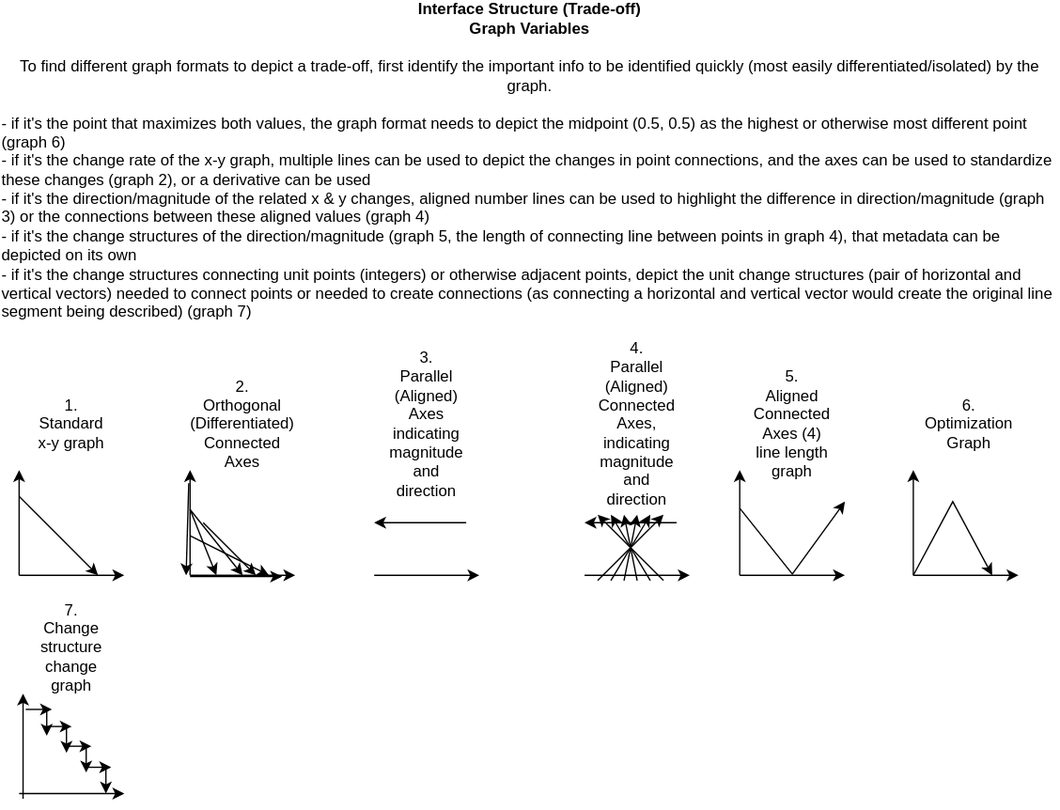
Earlier version of the draw.io export docs/objects/graph_variables.svg (outdreamer/build-a-cure). Source tidied: cells renumbered, new cells last; positions are measured from the earlier drawing's top-left corner, leaving out a move shared by most shapes.
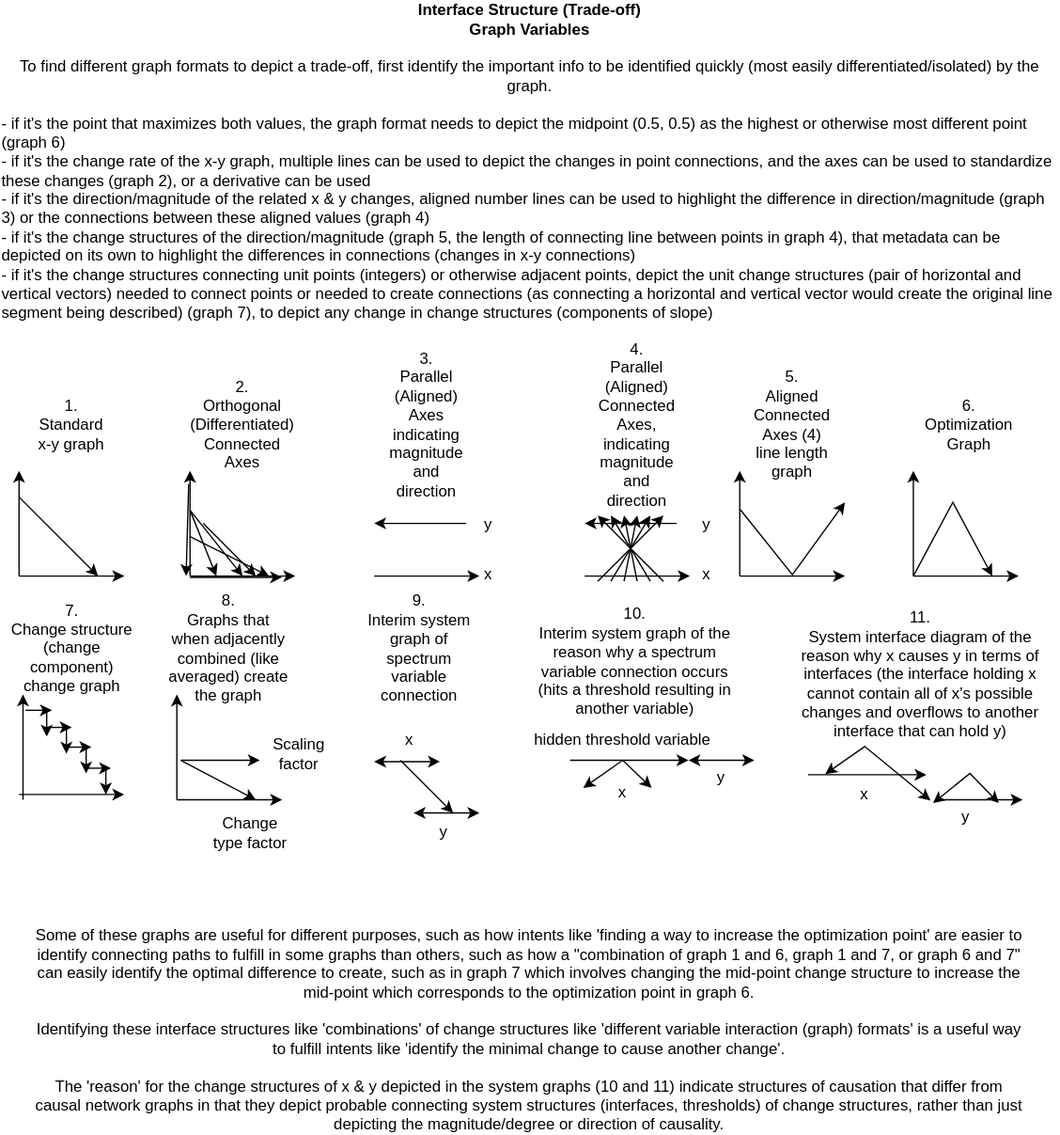
The same diagram one commit later.

Change to the diagram source:
```diff
@@ -188,7 +188,7 @@
     <mxCell id="34" value="5. &lt;br&gt;Aligned Connected Axes (4) line length graph" style="text;html=1;strokeColor=none;fillColor=none;align=center;verticalAlign=middle;whiteSpace=wrap;rounded=0;" parent="1" vertex="1">
       <mxGeometry x="572" y="200" width="60" height="30" as="geometry" />
     </mxCell>
-    <mxCell id="35" value="&lt;b&gt;Interface Structure (Trade-off) &lt;br&gt;Graph Variables&lt;br&gt;&lt;/b&gt;&lt;br&gt;To find different graph formats to depict a trade-off, first identify the important info to be identified quickly (most easily differentiated/isolated) by the graph.&lt;br&gt;&lt;br&gt;&lt;div style=&quot;text-align: left&quot;&gt;&lt;span&gt;- if it's the point that maximizes both values, the graph format needs to depict the midpoint (0.5, 0.5) as the highest or otherwise most different point (graph 6)&lt;/span&gt;&lt;/div&gt;&lt;div style=&quot;text-align: left&quot;&gt;&lt;span&gt;- if it's the change rate of the x-y graph, multiple lines can be used to depict the changes in point connections, and the axes can be used to standardize these changes (graph 2), or a derivative can be used&lt;/span&gt;&lt;/div&gt;&lt;div style=&quot;text-align: left&quot;&gt;&lt;span&gt;- if it's the direction/magnitude of the related x &amp;amp; y changes, aligned number lines can be used to highlight the difference in direction/magnitude (graph 3) or the connections between these aligned values (graph 4)&lt;/span&gt;&lt;/div&gt;&lt;div style=&quot;text-align: left&quot;&gt;&lt;span&gt;- if it's the change structures of the direction/magnitude (graph 5, the length of connecting line between points in graph 4), that metadata can be depicted on its own&lt;/span&gt;&lt;/div&gt;&lt;div style=&quot;text-align: left&quot;&gt;&lt;span&gt;- if it's the change structures connecting unit points (integers) or otherwise adjacent points, depict the unit change structures (pair of horizontal and vertical vectors) needed to connect points or needed to create connections (as connecting a horizontal and vertical vector would create the original line segment being described) (graph 7)&lt;/span&gt;&lt;/div&gt;" style="text;html=1;strokeColor=none;fillColor=none;align=center;verticalAlign=middle;whiteSpace=wrap;rounded=0;" parent="1" vertex="1">
+    <mxCell id="35" value="&lt;b&gt;Interface Structure (Trade-off) &lt;br&gt;Graph Variables&lt;br&gt;&lt;/b&gt;&lt;br&gt;To find different graph formats to depict a trade-off, first identify the important info to be identified quickly (most easily differentiated/isolated) by the graph.&lt;br&gt;&lt;br&gt;&lt;div style=&quot;text-align: left&quot;&gt;&lt;span&gt;- if it's the point that maximizes both values, the graph format needs to depict the midpoint (0.5, 0.5) as the highest or otherwise most different point (graph 6)&lt;/span&gt;&lt;/div&gt;&lt;div style=&quot;text-align: left&quot;&gt;&lt;span&gt;- if it's the change rate of the x-y graph, multiple lines can be used to depict the changes in point connections, and the axes can be used to standardize these changes (graph 2), or a derivative can be used&lt;/span&gt;&lt;/div&gt;&lt;div style=&quot;text-align: left&quot;&gt;&lt;span&gt;- if it's the direction/magnitude of the related x &amp;amp; y changes, aligned number lines can be used to highlight the difference in direction/magnitude (graph 3) or the connections between these aligned values (graph 4)&lt;/span&gt;&lt;/div&gt;&lt;div style=&quot;text-align: left&quot;&gt;&lt;span&gt;- if it's the change structures of the direction/magnitude (graph 5, the length of connecting line between points in graph 4), that metadata can be depicted on its own to highlight the differences in connections (changes in x-y connections)&lt;/span&gt;&lt;/div&gt;&lt;div style=&quot;text-align: left&quot;&gt;&lt;span&gt;- if it's the change structures connecting unit points (integers) or otherwise adjacent points, depict the unit change structures (pair of horizontal and vertical vectors) needed to connect points or needed to create connections (as connecting a horizontal and vertical vector would create the original line segment being described) (graph 7), to depict any change in change structures (components of slope)&amp;nbsp;&lt;/span&gt;&lt;/div&gt;" style="text;html=1;strokeColor=none;fillColor=none;align=center;verticalAlign=middle;whiteSpace=wrap;rounded=0;" parent="1" vertex="1">
       <mxGeometry width="805" height="30" as="geometry" />
     </mxCell>
     <mxCell id="36" style="endArrow=classic;html=1;rounded=0;" parent="1" edge="1">
@@ -209,8 +209,8 @@
         <mxPoint x="69" y="460" as="targetPoint" />
       </mxGeometry>
     </mxCell>
-    <mxCell id="39" value="7.&lt;br&gt;Change structure change graph" style="text;html=1;strokeColor=none;fillColor=none;align=center;verticalAlign=middle;whiteSpace=wrap;rounded=0;" parent="1" vertex="1">
-      <mxGeometry x="24" y="370" width="60" height="30" as="geometry" />
+    <mxCell id="39" value="7.&lt;br&gt;Change structure (change component) change graph" style="text;html=1;strokeColor=none;fillColor=none;align=center;verticalAlign=middle;whiteSpace=wrap;rounded=0;" parent="1" vertex="1">
+      <mxGeometry x="2.5" y="370" width="103" height="30" as="geometry" />
     </mxCell>
     <mxCell id="40" style="endArrow=classic;html=1;rounded=0;" parent="1" edge="1">
       <mxGeometry relative="1" as="geometry">
@@ -254,5 +254,158 @@
         <mxPoint x="35" y="452" as="targetPoint" />
       </mxGeometry>
     </mxCell>
+    <mxCell id="47" value="y" style="text;html=1;strokeColor=none;fillColor=none;align=center;verticalAlign=middle;whiteSpace=wrap;rounded=0;" parent="1" vertex="1">
+      <mxGeometry x="341" y="276" width="60" height="30" as="geometry" />
+    </mxCell>
+    <mxCell id="48" value="x" style="text;html=1;strokeColor=none;fillColor=none;align=center;verticalAlign=middle;whiteSpace=wrap;rounded=0;" parent="1" vertex="1">
+      <mxGeometry x="341" y="314" width="60" height="30" as="geometry" />
+    </mxCell>
+    <mxCell id="49" value="y" style="text;html=1;strokeColor=none;fillColor=none;align=center;verticalAlign=middle;whiteSpace=wrap;rounded=0;" parent="1" vertex="1">
+      <mxGeometry x="507" y="276" width="60" height="30" as="geometry" />
+    </mxCell>
+    <mxCell id="50" value="x" style="text;html=1;strokeColor=none;fillColor=none;align=center;verticalAlign=middle;whiteSpace=wrap;rounded=0;" parent="1" vertex="1">
+      <mxGeometry x="507" y="314" width="60" height="30" as="geometry" />
+    </mxCell>
+    <mxCell id="51" style="endArrow=classic;html=1;rounded=0;" parent="1" edge="1">
+      <mxGeometry relative="1" as="geometry">
+        <mxPoint x="134" y="500" as="sourcePoint" />
+        <mxPoint x="134" y="420" as="targetPoint" />
+      </mxGeometry>
+    </mxCell>
+    <mxCell id="52" style="endArrow=classic;html=1;rounded=0;" parent="1" edge="1">
+      <mxGeometry relative="1" as="geometry">
+        <mxPoint x="134" y="500" as="sourcePoint" />
+        <mxPoint x="214" y="500" as="targetPoint" />
+      </mxGeometry>
+    </mxCell>
+    <mxCell id="53" style="endArrow=classic;html=1;rounded=0;" parent="1" edge="1">
+      <mxGeometry relative="1" as="geometry">
+        <mxPoint x="137" y="470" as="sourcePoint" />
+        <mxPoint x="194" y="500" as="targetPoint" />
+      </mxGeometry>
+    </mxCell>
+    <mxCell id="54" value="8.&lt;br&gt;Graphs that when adjacently combined (like averaged) create the graph" style="text;html=1;strokeColor=none;fillColor=none;align=center;verticalAlign=middle;whiteSpace=wrap;rounded=0;" parent="1" vertex="1">
+      <mxGeometry x="127" y="370" width="93" height="30" as="geometry" />
+    </mxCell>
+    <mxCell id="55" style="endArrow=classic;html=1;rounded=0;" parent="1" edge="1">
+      <mxGeometry relative="1" as="geometry">
+        <mxPoint x="137" y="470" as="sourcePoint" />
+        <mxPoint x="197" y="470" as="targetPoint" />
+      </mxGeometry>
+    </mxCell>
+    <mxCell id="56" value="Scaling factor" style="text;html=1;strokeColor=none;fillColor=none;align=center;verticalAlign=middle;whiteSpace=wrap;rounded=0;" parent="1" vertex="1">
+      <mxGeometry x="197" y="450" width="60" height="30" as="geometry" />
+    </mxCell>
+    <mxCell id="57" value="Change type factor" style="text;html=1;strokeColor=none;fillColor=none;align=center;verticalAlign=middle;whiteSpace=wrap;rounded=0;" parent="1" vertex="1">
+      <mxGeometry x="160" y="510" width="60" height="30" as="geometry" />
+    </mxCell>
+    <mxCell id="58" value="9.&lt;br&gt;Interim system graph of spectrum variable connection" style="text;html=1;strokeColor=none;fillColor=none;align=center;verticalAlign=middle;whiteSpace=wrap;rounded=0;" parent="1" vertex="1">
+      <mxGeometry x="272" y="370" width="93" height="30" as="geometry" />
+    </mxCell>
+    <mxCell id="59" value="Some of these graphs are useful for different purposes, such as how intents like 'finding a way to increase the optimization point' are easier to identify connecting paths to fulfill in some graphs than others, such as how a &quot;combination of graph 1 and 6, graph 1 and 7, or graph 6 and 7&quot; can easily identify the optimal difference to create, such as in graph 7 which involves changing the mid-point change structure to increase the mid-point which corresponds to the optimization point in graph 6.&lt;br&gt;&lt;br&gt;Identifying these interface structures like 'combinations' of change structures like 'different variable interaction (graph) formats' is a useful way to fulfill intents like 'identify the minimal change to cause another change'.&lt;br&gt;&lt;br&gt;The 'reason' for the change structures of x &amp;amp; y depicted in the system graphs (10 and 11) indicate structures of causation that differ from causal network graphs in that they depict probable connecting system structures (interfaces, thresholds) of change structures, rather than just depicting the magnitude/degree or direction of causality." style="text;html=1;strokeColor=none;fillColor=none;align=center;verticalAlign=middle;whiteSpace=wrap;rounded=0;" parent="1" vertex="1">
+      <mxGeometry x="22" y="660" width="760" height="30" as="geometry" />
+    </mxCell>
+    <mxCell id="60" style="endArrow=classic;startArrow=classic;html=1;rounded=0;" parent="1" edge="1">
+      <mxGeometry relative="1" as="geometry">
+        <mxPoint x="284" y="471" as="sourcePoint" />
+        <mxPoint x="334" y="471" as="targetPoint" />
+      </mxGeometry>
+    </mxCell>
+    <mxCell id="61" style="endArrow=classic;html=1;rounded=0;" parent="1" edge="1">
+      <mxGeometry relative="1" as="geometry">
+        <mxPoint x="304" y="470" as="sourcePoint" />
+        <mxPoint x="344" y="510" as="targetPoint" />
+      </mxGeometry>
+    </mxCell>
+    <mxCell id="62" style="endArrow=classic;startArrow=classic;html=1;rounded=0;" parent="1" edge="1">
+      <mxGeometry relative="1" as="geometry">
+        <mxPoint x="314" y="510" as="sourcePoint" />
+        <mxPoint x="364" y="510" as="targetPoint" />
+      </mxGeometry>
+    </mxCell>
+    <mxCell id="63" value="10.&lt;br&gt;Interim system graph of the reason why a spectrum variable connection occurs (hits a threshold resulting in another variable)" style="text;html=1;strokeColor=none;fillColor=none;align=center;verticalAlign=middle;whiteSpace=wrap;rounded=0;" parent="1" vertex="1">
+      <mxGeometry x="401" y="380" width="163" height="30" as="geometry" />
+    </mxCell>
+    <mxCell id="64" style="endArrow=classic;startArrow=classic;html=1;rounded=0;" parent="1" edge="1">
+      <mxGeometry relative="1" as="geometry">
+        <mxPoint x="443" y="491" as="sourcePoint" />
+        <mxPoint x="495" y="491" as="targetPoint" />
+        <Array as="points">
+          <mxPoint x="473" y="470" />
+        </Array>
+      </mxGeometry>
+    </mxCell>
+    <mxCell id="65" style="endArrow=classic;html=1;rounded=0;" parent="1" edge="1">
+      <mxGeometry relative="1" as="geometry">
+        <mxPoint x="433" y="470" as="sourcePoint" />
+        <mxPoint x="523" y="470" as="targetPoint" />
+        <Array as="points">
+          <mxPoint x="473" y="470" />
+        </Array>
+      </mxGeometry>
+    </mxCell>
+    <mxCell id="66" style="endArrow=classic;startArrow=classic;html=1;rounded=0;" parent="1" edge="1">
+      <mxGeometry relative="1" as="geometry">
+        <mxPoint x="523" y="470" as="sourcePoint" />
+        <mxPoint x="573" y="470" as="targetPoint" />
+      </mxGeometry>
+    </mxCell>
+    <mxCell id="67" value="x" style="text;html=1;strokeColor=none;fillColor=none;align=center;verticalAlign=middle;whiteSpace=wrap;rounded=0;" parent="1" vertex="1">
+      <mxGeometry x="281" y="440" width="60" height="30" as="geometry" />
+    </mxCell>
+    <mxCell id="68" value="y" style="text;html=1;strokeColor=none;fillColor=none;align=center;verticalAlign=middle;whiteSpace=wrap;rounded=0;" parent="1" vertex="1">
+      <mxGeometry x="307" y="510" width="60" height="30" as="geometry" />
+    </mxCell>
+    <mxCell id="69" value="x" style="text;html=1;strokeColor=none;fillColor=none;align=center;verticalAlign=middle;whiteSpace=wrap;rounded=0;" parent="1" vertex="1">
+      <mxGeometry x="443" y="480" width="60" height="30" as="geometry" />
+    </mxCell>
+    <mxCell id="70" value="y" style="text;html=1;strokeColor=none;fillColor=none;align=center;verticalAlign=middle;whiteSpace=wrap;rounded=0;" parent="1" vertex="1">
+      <mxGeometry x="518" y="468" width="60" height="30" as="geometry" />
+    </mxCell>
+    <mxCell id="71" value="hidden threshold variable" style="text;html=1;strokeColor=none;fillColor=none;align=center;verticalAlign=middle;whiteSpace=wrap;rounded=0;" parent="1" vertex="1">
+      <mxGeometry x="401" y="440" width="144" height="30" as="geometry" />
+    </mxCell>
+    <mxCell id="72" value="11.&lt;br&gt;System interface diagram of the reason why x causes y in terms of interfaces (the interface holding x cannot contain all of x's possible changes and overflows to another interface that can hold y)" style="text;html=1;strokeColor=none;fillColor=none;align=center;verticalAlign=middle;whiteSpace=wrap;rounded=0;" parent="1" vertex="1">
+      <mxGeometry x="597" y="390" width="205" height="30" as="geometry" />
+    </mxCell>
+    <mxCell id="73" style="endArrow=classic;startArrow=classic;html=1;rounded=0;" parent="1" edge="1">
+      <mxGeometry relative="1" as="geometry">
+        <mxPoint x="627" y="480.5" as="sourcePoint" />
+        <mxPoint x="707" y="500.5" as="targetPoint" />
+        <Array as="points">
+          <mxPoint x="657" y="459.5" />
+        </Array>
+      </mxGeometry>
+    </mxCell>
+    <mxCell id="74" style="endArrow=classic;html=1;rounded=0;" parent="1" edge="1">
+      <mxGeometry relative="1" as="geometry">
+        <mxPoint x="614" y="481" as="sourcePoint" />
+        <mxPoint x="704" y="481" as="targetPoint" />
+        <Array as="points">
+          <mxPoint x="654" y="481" />
+        </Array>
+      </mxGeometry>
+    </mxCell>
+    <mxCell id="75" style="endArrow=classic;startArrow=classic;html=1;rounded=0;" parent="1" edge="1">
+      <mxGeometry relative="1" as="geometry">
+        <mxPoint x="709" y="502.5" as="sourcePoint" />
+        <mxPoint x="759" y="502.5" as="targetPoint" />
+        <Array as="points">
+          <mxPoint x="737" y="480" />
+        </Array>
+      </mxGeometry>
+    </mxCell>
+    <mxCell id="76" value="x" style="text;html=1;strokeColor=none;fillColor=none;align=center;verticalAlign=middle;whiteSpace=wrap;rounded=0;" parent="1" vertex="1">
+      <mxGeometry x="627" y="480.5" width="60" height="30" as="geometry" />
+    </mxCell>
+    <mxCell id="77" value="y" style="text;html=1;strokeColor=none;fillColor=none;align=center;verticalAlign=middle;whiteSpace=wrap;rounded=0;" parent="1" vertex="1">
+      <mxGeometry x="704" y="498" width="60" height="30" as="geometry" />
+    </mxCell>
+    <mxCell id="78" style="endArrow=classic;html=1;rounded=0;" parent="1" edge="1">
+      <mxGeometry relative="1" as="geometry">
+        <mxPoint x="717" y="500" as="sourcePoint" />
+        <mxPoint x="777" y="500" as="targetPoint" />
+      </mxGeometry>
+    </mxCell>
   </root>
 </mxGraphModel>
```
